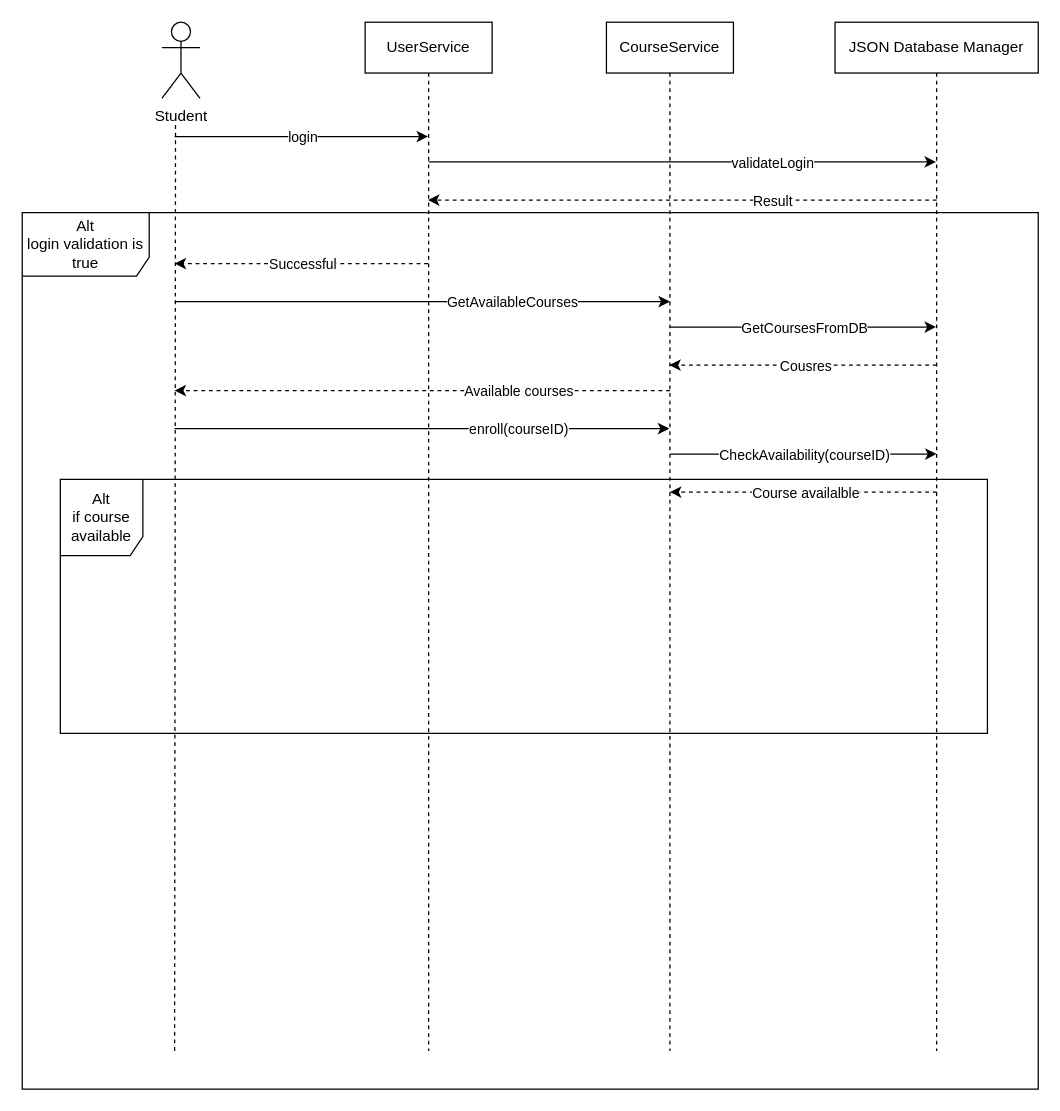
Above: Sequence Diagram.drawio in Ayman71/SkillForge-UML-Design (draw.io), before the change. Source tidied: cells renumbered, new cells numbered last; positions are measured from the earlier drawing's top-left corner, leaving out a move shared by most shapes. Both pictures are drawn from the tidied source at 127%, with x=0, y=0 at pixel (22, 22).
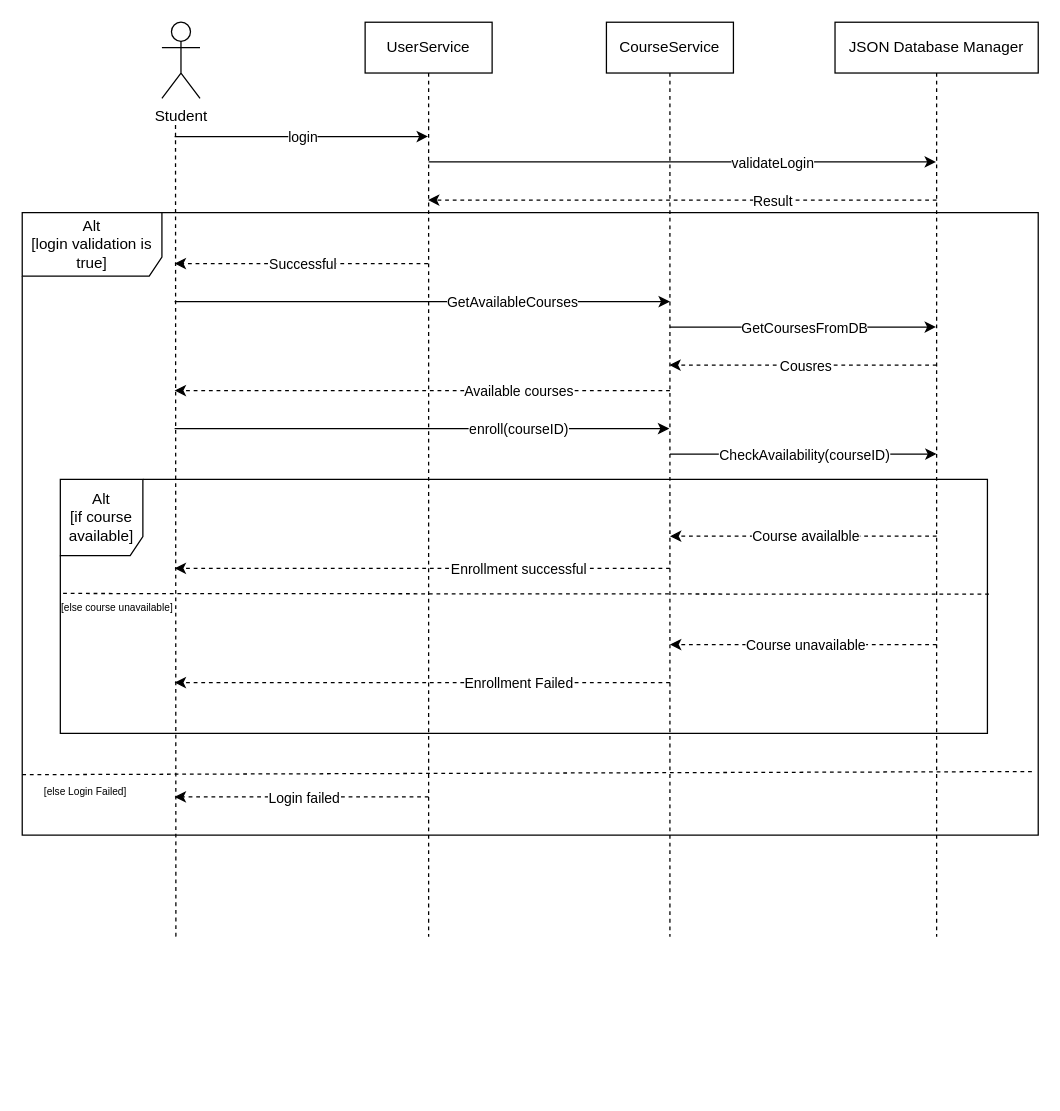
The same diagram, later.

What changed in the source:
```diff
@@
     <mxCell id="3" style="endArrow=none;dashed=1;html=1;rounded=0;strokeWidth=1;" parent="1" edge="1">
       <mxGeometry relative="1" as="geometry">
-        <mxPoint x="120" y="810" as="sourcePoint" />
+        <mxPoint x="121" y="720" as="sourcePoint" />
         <mxPoint x="120.7" y="80" as="targetPoint" />
       </mxGeometry>
     </mxCell>
     <mxCell id="4" value="UserService" style="shape=umlLifeline;perimeter=lifelinePerimeter;whiteSpace=wrap;html=1;outlineConnect=0;portConstraint=eastwest;newEdgeStyle={&quot;curved&quot;:0,&quot;rounded&quot;:0};" parent="1" vertex="1">
-      <mxGeometry x="270" width="100" height="810" as="geometry" />
+      <mxGeometry x="270" width="100" height="720" as="geometry" />
     </mxCell>
     <mxCell id="5" value="CourseService" style="shape=umlLifeline;perimeter=lifelinePerimeter;whiteSpace=wrap;html=1;outlineConnect=0;portConstraint=eastwest;newEdgeStyle={&quot;curved&quot;:0,&quot;rounded&quot;:0};" parent="1" vertex="1">
-      <mxGeometry x="460" width="100" height="810" as="geometry" />
+      <mxGeometry x="460" width="100" height="720" as="geometry" />
     </mxCell>
     <mxCell id="6" value="JSON Database Manager" style="shape=umlLifeline;perimeter=lifelinePerimeter;whiteSpace=wrap;html=1;outlineConnect=0;portConstraint=eastwest;newEdgeStyle={&quot;curved&quot;:0,&quot;rounded&quot;:0};" parent="1" vertex="1">
-      <mxGeometry x="640" width="160" height="810" as="geometry" />
+      <mxGeometry x="640" width="160" height="720" as="geometry" />
     </mxCell>
@@
-    <mxCell id="27" value="Alt&lt;br&gt;login validation is true" style="shape=umlFrame;whiteSpace=wrap;html=1;width=100;height=50;" parent="1" vertex="1">
-      <mxGeometry y="150" width="800" height="690" as="geometry" />
+    <mxCell id="27" value="Alt&lt;br&gt;[login validation is true]" style="shape=umlFrame;whiteSpace=wrap;html=1;width=110;height=50;" parent="1" vertex="1">
+      <mxGeometry y="150" width="800" height="490" as="geometry" />
     </mxCell>
     <mxCell id="28" style="endArrow=classic;html=1;rounded=0;dashed=1;" parent="1" edge="1">
       <mxGeometry relative="1" as="geometry">
-        <mxPoint x="720" y="370" as="sourcePoint" />
-        <mxPoint x="510" y="370" as="targetPoint" />
+        <mxPoint x="720" y="404.7" as="sourcePoint" />
+        <mxPoint x="510" y="404.7" as="targetPoint" />
       </mxGeometry>
     </mxCell>
@@
-    <mxCell id="30" value="Alt&lt;br&gt;if course available" style="shape=umlFrame;whiteSpace=wrap;html=1;width=65;height=60;" parent="1" vertex="1">
+    <mxCell id="30" value="Alt&lt;br&gt;[if course available]" style="shape=umlFrame;whiteSpace=wrap;html=1;width=65;height=60;" parent="1" vertex="1">
       <mxGeometry x="30" y="360" width="730" height="200" as="geometry" />
     </mxCell>
+    <mxCell id="31" style="endArrow=classic;html=1;rounded=0;dashed=1;" parent="1" edge="1">
+      <mxGeometry relative="1" as="geometry">
+        <mxPoint x="510" y="430" as="sourcePoint" />
+        <mxPoint x="120" y="430" as="targetPoint" />
+        <Array as="points">
+          <mxPoint x="310" y="430" />
+        </Array>
+      </mxGeometry>
+    </mxCell>
+    <mxCell id="32" value="Enrollment successful" style="edgeLabel;html=1;align=center;verticalAlign=middle;" parent="31" vertex="1">
+      <mxGeometry relative="1" as="geometry">
+        <mxPoint x="75" as="offset" />
+      </mxGeometry>
+    </mxCell>
+    <mxCell id="33" style="endArrow=none;dashed=1;html=1;rounded=0;entryX=1.003;entryY=0.452;entryDx=0;entryDy=0;entryPerimeter=0;exitX=0.003;exitY=0.449;exitDx=0;exitDy=0;exitPerimeter=0;" parent="1" edge="1" source="30" target="30">
+      <mxGeometry relative="1" as="geometry" />
+    </mxCell>
+    <mxCell id="34" style="endArrow=classic;html=1;rounded=0;dashed=1;" parent="1" edge="1">
+      <mxGeometry relative="1" as="geometry">
+        <mxPoint x="720" y="490" as="sourcePoint" />
+        <mxPoint x="510" y="490" as="targetPoint" />
+      </mxGeometry>
+    </mxCell>
+    <mxCell id="35" value="Course unavailable" style="edgeLabel;html=1;align=center;verticalAlign=middle;" parent="34" vertex="1">
+      <mxGeometry relative="1" as="geometry">
+        <mxPoint x="1" as="offset" />
+      </mxGeometry>
+    </mxCell>
+    <mxCell id="36" style="endArrow=classic;html=1;rounded=0;dashed=1;" parent="1" edge="1">
+      <mxGeometry relative="1" as="geometry">
+        <mxPoint x="510" y="520" as="sourcePoint" />
+        <mxPoint x="120" y="520" as="targetPoint" />
+        <Array as="points">
+          <mxPoint x="310" y="520" />
+        </Array>
+      </mxGeometry>
+    </mxCell>
+    <mxCell id="37" value="Enrollment Failed" style="edgeLabel;html=1;align=center;verticalAlign=middle;" parent="36" vertex="1">
+      <mxGeometry relative="1" as="geometry">
+        <mxPoint x="75" as="offset" />
+      </mxGeometry>
+    </mxCell>
+    <mxCell id="38" style="endArrow=none;dashed=1;html=1;rounded=0;entryX=0.997;entryY=0.665;entryDx=0;entryDy=0;entryPerimeter=0;exitX=0;exitY=0.67;exitDx=0;exitDy=0;exitPerimeter=0;" parent="1" edge="1">
+      <mxGeometry relative="1" as="geometry">
+        <mxPoint y="592.5" as="sourcePoint" />
+        <mxPoint x="797.6" y="590" as="targetPoint" />
+      </mxGeometry>
+    </mxCell>
+    <mxCell id="39" style="endArrow=classic;html=1;rounded=0;dashed=1;" parent="1" edge="1">
+      <mxGeometry relative="1" as="geometry">
+        <mxPoint x="320" y="610" as="sourcePoint" />
+        <mxPoint x="120" y="610" as="targetPoint" />
+      </mxGeometry>
+    </mxCell>
+    <mxCell id="40" value="Login failed" style="edgeLabel;html=1;align=center;verticalAlign=middle;" parent="39" vertex="1">
+      <mxGeometry relative="1" as="geometry">
+        <mxPoint x="1" as="offset" />
+      </mxGeometry>
+    </mxCell>
+    <mxCell id="41" value="&lt;font style=&quot;font-size: 8px;&quot;&gt;[else course unavailable]&lt;/font&gt;" style="text;html=1;whiteSpace=wrap;strokeColor=none;fillColor=none;align=center;verticalAlign=middle;rounded=0;" parent="1" vertex="1">
+      <mxGeometry x="25" y="445" width="100" height="30" as="geometry" />
+    </mxCell>
+    <mxCell id="42" value="&lt;font style=&quot;font-size: 8px;&quot;&gt;[else Login Failed&lt;/font&gt;&lt;span style=&quot;font-size: 8px; background-color: transparent; color: light-dark(rgb(0, 0, 0), rgb(255, 255, 255));&quot;&gt;]&lt;/span&gt;" style="text;html=1;whiteSpace=wrap;strokeColor=none;fillColor=none;align=center;verticalAlign=middle;rounded=0;" parent="1" vertex="1">
+      <mxGeometry y="590" width="100" height="30" as="geometry" />
+    </mxCell>
```
